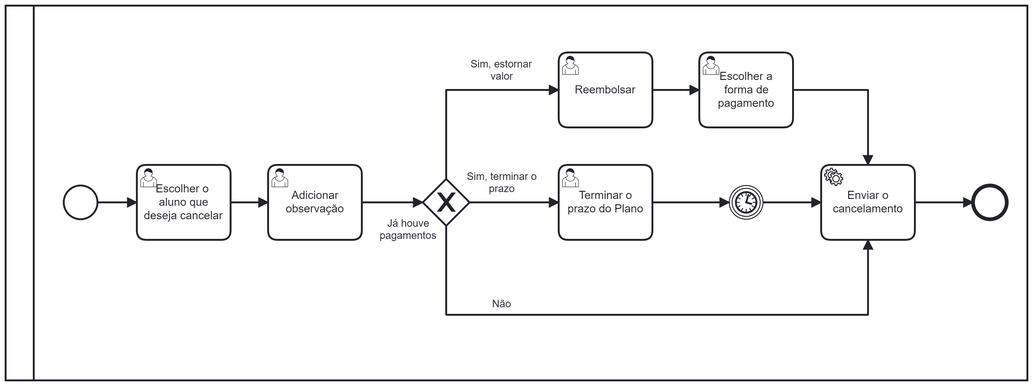
Above: assets/processos/Cancelamento do plano com aluno.png in friche11/Academia-TIS-2 (BPMN), before the change. Its source is kept beside it as assets/processos/Cancelamento do plano com aluno.bpmn. Ids are renumbered.
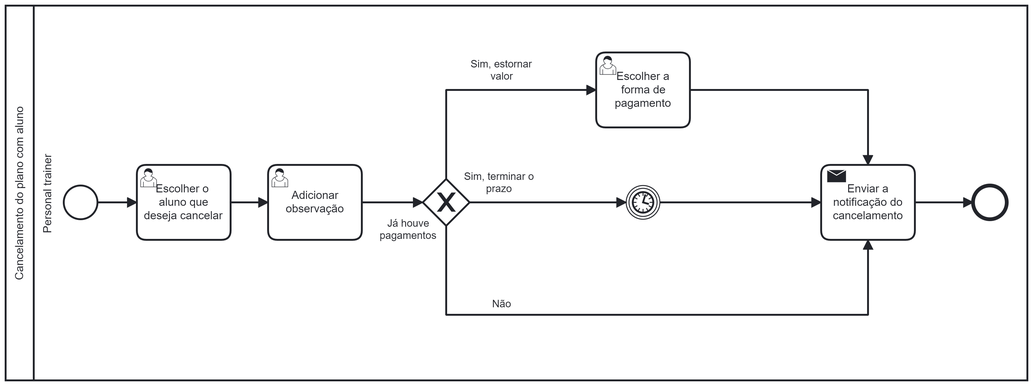
After the change.

Diff of the diagram source:
```diff
@@ -1,8 +1,20 @@
 <bpmn:definitions xmlns:bpmn="http://www.omg.org/spec/BPMN/20100524/MODEL" xmlns:bpmndi="http://www.omg.org/spec/BPMN/20100524/DI" xmlns:dc="http://www.omg.org/spec/DD/20100524/DC" xmlns:di="http://www.omg.org/spec/DD/20100524/DI" xmlns:modeler="http://camunda.org/schema/modeler/1.0" id="Definitions_n1" targetNamespace="http://bpmn.io/schema/bpmn" exporter="Camunda Modeler" exporterVersion="5.3.0" modeler:executionPlatform="Camunda Platform" modeler:executionPlatformVersion="7.17.0">
   <bpmn:collaboration id="Collaboration_n2">
-    <bpmn:participant id="Participant_n3" processRef="Process_n4" />
+    <bpmn:participant id="Participant_n3" name="Cancelamento do plano com aluno" processRef="Process_n4" />
   </bpmn:collaboration>
   <bpmn:process id="Process_n4" isExecutable="true">
+    <bpmn:laneSet id="LaneSet_n26">
+      <bpmn:lane id="Lane_n27" name="Personal trainer">
+        <bpmn:flowNodeRef>StartEvent_1</bpmn:flowNodeRef>
+        <bpmn:flowNodeRef>Event_n6</bpmn:flowNodeRef>
+        <bpmn:flowNodeRef>Activity_n8</bpmn:flowNodeRef>
+        <bpmn:flowNodeRef>Gateway_n17</bpmn:flowNodeRef>
+        <bpmn:flowNodeRef>Activity_n22</bpmn:flowNodeRef>
+        <bpmn:flowNodeRef>Activity_n10</bpmn:flowNodeRef>
+        <bpmn:flowNodeRef>Activity_n25</bpmn:flowNodeRef>
+        <bpmn:flowNodeRef>Event_n14</bpmn:flowNodeRef>
+      </bpmn:lane>
+    </bpmn:laneSet>
     <bpmn:startEvent id="StartEvent_1">
       <bpmn:outgoing>Flow_n5</bpmn:outgoing>
     </bpmn:startEvent>
@@ -13,38 +25,15 @@
       <bpmn:incoming>Flow_n5</bpmn:incoming>
       <bpmn:outgoing>Flow_n9</bpmn:outgoing>
     </bpmn:userTask>
-    <bpmn:serviceTask id="Activity_n10" name="Enviar o cancelamento">
-      <bpmn:incoming>Flow_n11</bpmn:incoming>
-      <bpmn:incoming>Flow_n12</bpmn:incoming>
-      <bpmn:incoming>Flow_n13</bpmn:incoming>
-      <bpmn:outgoing>Flow_n7</bpmn:outgoing>
-    </bpmn:serviceTask>
-    <bpmn:intermediateCatchEvent id="Event_n14">
-      <bpmn:incoming>Flow_n15</bpmn:incoming>
-      <bpmn:outgoing>Flow_n13</bpmn:outgoing>
-      <bpmn:timerEventDefinition id="TimerEventDefinition_n16" />
-    </bpmn:intermediateCatchEvent>
     <bpmn:exclusiveGateway id="Gateway_n17" name="Já houve pagamentos">
       <bpmn:incoming>Flow_n18</bpmn:incoming>
       <bpmn:outgoing>Flow_n11</bpmn:outgoing>
       <bpmn:outgoing>Flow_n19</bpmn:outgoing>
       <bpmn:outgoing>Flow_n20</bpmn:outgoing>
     </bpmn:exclusiveGateway>
-    <bpmn:userTask id="Activity_n21" name="Terminar o prazo do Plano">
-      <bpmn:incoming>Flow_n19</bpmn:incoming>
-      <bpmn:outgoing>Flow_n15</bpmn:outgoing>
-    </bpmn:userTask>
     <bpmn:userTask id="Activity_n22" name="Adicionar observação">
       <bpmn:incoming>Flow_n9</bpmn:incoming>
       <bpmn:outgoing>Flow_n18</bpmn:outgoing>
-    </bpmn:userTask>
-    <bpmn:userTask id="Activity_n23" name="Reembolsar">
-      <bpmn:incoming>Flow_n20</bpmn:incoming>
-      <bpmn:outgoing>Flow_n24</bpmn:outgoing>
-    </bpmn:userTask>
-    <bpmn:userTask id="Activity_n25" name="Escolher a forma de pagamento">
-      <bpmn:incoming>Flow_n24</bpmn:incoming>
-      <bpmn:outgoing>Flow_n12</bpmn:outgoing>
     </bpmn:userTask>
     <bpmn:sequenceFlow id="Flow_n5" sourceRef="StartEvent_1" targetRef="Activity_n8" />
     <bpmn:sequenceFlow id="Flow_n7" sourceRef="Activity_n10" targetRef="Event_n6" />
@@ -52,16 +41,34 @@
     <bpmn:sequenceFlow id="Flow_n11" name="Não" sourceRef="Gateway_n17" targetRef="Activity_n10" />
     <bpmn:sequenceFlow id="Flow_n12" sourceRef="Activity_n25" targetRef="Activity_n10" />
     <bpmn:sequenceFlow id="Flow_n13" sourceRef="Event_n14" targetRef="Activity_n10" />
-    <bpmn:sequenceFlow id="Flow_n15" sourceRef="Activity_n21" targetRef="Event_n14" />
     <bpmn:sequenceFlow id="Flow_n18" sourceRef="Activity_n22" targetRef="Gateway_n17" />
-    <bpmn:sequenceFlow id="Flow_n19" name="Sim, terminar o prazo" sourceRef="Gateway_n17" targetRef="Activity_n21" />
-    <bpmn:sequenceFlow id="Flow_n20" name="Sim, estornar valor" sourceRef="Gateway_n17" targetRef="Activity_n23" />
-    <bpmn:sequenceFlow id="Flow_n24" sourceRef="Activity_n23" targetRef="Activity_n25" />
+    <bpmn:sequenceFlow id="Flow_n19" name="Sim, terminar o prazo" sourceRef="Gateway_n17" targetRef="Event_n14" />
+    <bpmn:sequenceFlow id="Flow_n20" name="Sim, estornar valor" sourceRef="Gateway_n17" targetRef="Activity_n25" />
+    <bpmn:sendTask id="Activity_n10" name="Enviar a notificação do cancelamento">
+      <bpmn:incoming>Flow_n11</bpmn:incoming>
+      <bpmn:incoming>Flow_n12</bpmn:incoming>
+      <bpmn:incoming>Flow_n13</bpmn:incoming>
+      <bpmn:outgoing>Flow_n7</bpmn:outgoing>
+    </bpmn:sendTask>
+    <bpmn:userTask id="Activity_n25" name="Escolher a forma de pagamento">
+      <bpmn:incoming>Flow_n20</bpmn:incoming>
+      <bpmn:outgoing>Flow_n12</bpmn:outgoing>
+    </bpmn:userTask>
+    <bpmn:intermediateCatchEvent id="Event_n14">
+      <bpmn:incoming>Flow_n19</bpmn:incoming>
+      <bpmn:outgoing>Flow_n13</bpmn:outgoing>
+      <bpmn:timerEventDefinition id="TimerEventDefinition_n16" />
+    </bpmn:intermediateCatchEvent>
   </bpmn:process>
   <bpmndi:BPMNDiagram id="BPMNDiagram_1">
     <bpmndi:BPMNPlane id="BPMNPlane_1" bpmnElement="Collaboration_n2">
       <bpmndi:BPMNShape id="Participant_n3_di" bpmnElement="Participant_n3" isHorizontal="true">
         <dc:Bounds x="160" y="90" width="1090" height="400" />
+        <bpmndi:BPMNLabel />
+      </bpmndi:BPMNShape>
+      <bpmndi:BPMNShape id="Lane_n27_di" bpmnElement="Lane_n27" isHorizontal="true">
+        <dc:Bounds x="190" y="90" width="1060" height="400" />
+        <bpmndi:BPMNLabel />
       </bpmndi:BPMNShape>
       <bpmndi:BPMNShape id="_BPMNShape_StartEvent_2" bpmnElement="StartEvent_1">
         <dc:Bounds x="222" y="282" width="36" height="36" />
@@ -73,46 +80,37 @@
         <dc:Bounds x="300" y="260" width="100" height="80" />
         <bpmndi:BPMNLabel />
       </bpmndi:BPMNShape>
-      <bpmndi:BPMNShape id="Activity_17buvbr_di" bpmnElement="Activity_n10">
-        <dc:Bounds x="1030" y="260" width="100" height="80" />
-        <bpmndi:BPMNLabel />
-      </bpmndi:BPMNShape>
-      <bpmndi:BPMNShape id="Event_1iw0oas_di" bpmnElement="Event_n14">
-        <dc:Bounds x="932" y="282" width="36" height="36" />
-      </bpmndi:BPMNShape>
       <bpmndi:BPMNShape id="Gateway_n17_di" bpmnElement="Gateway_n17" isMarkerVisible="true">
         <dc:Bounds x="605" y="275" width="50" height="50" />
         <bpmndi:BPMNLabel>
           <dc:Bounds x="559" y="316" width="62" height="27" />
         </bpmndi:BPMNLabel>
       </bpmndi:BPMNShape>
-      <bpmndi:BPMNShape id="Activity_0xw8bhn_di" bpmnElement="Activity_n21">
-        <dc:Bounds x="750" y="260" width="100" height="80" />
-        <bpmndi:BPMNLabel />
-      </bpmndi:BPMNShape>
       <bpmndi:BPMNShape id="Activity_1u4jmgl_di" bpmnElement="Activity_n22">
         <dc:Bounds x="440" y="260" width="100" height="80" />
         <bpmndi:BPMNLabel />
       </bpmndi:BPMNShape>
-      <bpmndi:BPMNShape id="Activity_05rl3iz_di" bpmnElement="Activity_n23">
-        <dc:Bounds x="750" y="140" width="100" height="80" />
+      <bpmndi:BPMNShape id="Activity_11uayw1_di" bpmnElement="Activity_n10">
+        <dc:Bounds x="1030" y="260" width="100" height="80" />
+      </bpmndi:BPMNShape>
+      <bpmndi:BPMNShape id="Activity_1n230q4_di" bpmnElement="Activity_n25">
+        <dc:Bounds x="790" y="140" width="100" height="80" />
         <bpmndi:BPMNLabel />
       </bpmndi:BPMNShape>
-      <bpmndi:BPMNShape id="Activity_1n230q4_di" bpmnElement="Activity_n25">
-        <dc:Bounds x="900" y="140" width="100" height="80" />
-        <bpmndi:BPMNLabel />
+      <bpmndi:BPMNShape id="Event_1iw0oas_di" bpmnElement="Event_n14">
+        <dc:Bounds x="822" y="282" width="36" height="36" />
       </bpmndi:BPMNShape>
       <bpmndi:BPMNEdge id="Flow_n5_di" bpmnElement="Flow_n5">
         <di:waypoint x="258" y="300" />
         <di:waypoint x="300" y="300" />
       </bpmndi:BPMNEdge>
+      <bpmndi:BPMNEdge id="Flow_n7_di" bpmnElement="Flow_n7">
+        <di:waypoint x="1130" y="300" />
+        <di:waypoint x="1192" y="300" />
+      </bpmndi:BPMNEdge>
       <bpmndi:BPMNEdge id="Flow_n9_di" bpmnElement="Flow_n9">
         <di:waypoint x="400" y="300" />
         <di:waypoint x="440" y="300" />
-      </bpmndi:BPMNEdge>
-      <bpmndi:BPMNEdge id="Flow_n18_di" bpmnElement="Flow_n18">
-        <di:waypoint x="540" y="300" />
-        <di:waypoint x="605" y="300" />
       </bpmndi:BPMNEdge>
       <bpmndi:BPMNEdge id="Flow_n11_di" bpmnElement="Flow_n11">
         <di:waypoint x="630" y="325" />
@@ -123,38 +121,30 @@
           <dc:Bounds x="679" y="402" width="21" height="14" />
         </bpmndi:BPMNLabel>
       </bpmndi:BPMNEdge>
-      <bpmndi:BPMNEdge id="Flow_n24_di" bpmnElement="Flow_n24">
-        <di:waypoint x="850" y="180" />
-        <di:waypoint x="900" y="180" />
-      </bpmndi:BPMNEdge>
       <bpmndi:BPMNEdge id="Flow_n12_di" bpmnElement="Flow_n12">
-        <di:waypoint x="1000" y="180" />
+        <di:waypoint x="890" y="180" />
         <di:waypoint x="1080" y="180" />
         <di:waypoint x="1080" y="260" />
       </bpmndi:BPMNEdge>
-      <bpmndi:BPMNEdge id="Flow_n7_di" bpmnElement="Flow_n7">
-        <di:waypoint x="1130" y="300" />
-        <di:waypoint x="1192" y="300" />
+      <bpmndi:BPMNEdge id="Flow_n13_di" bpmnElement="Flow_n13">
+        <di:waypoint x="858" y="300" />
+        <di:waypoint x="1030" y="300" />
       </bpmndi:BPMNEdge>
-      <bpmndi:BPMNEdge id="Flow_n15_di" bpmnElement="Flow_n15">
-        <di:waypoint x="850" y="300" />
-        <di:waypoint x="932" y="300" />
-      </bpmndi:BPMNEdge>
-      <bpmndi:BPMNEdge id="Flow_n13_di" bpmnElement="Flow_n13">
-        <di:waypoint x="968" y="300" />
-        <di:waypoint x="1030" y="300" />
+      <bpmndi:BPMNEdge id="Flow_n18_di" bpmnElement="Flow_n18">
+        <di:waypoint x="540" y="300" />
+        <di:waypoint x="605" y="300" />
       </bpmndi:BPMNEdge>
       <bpmndi:BPMNEdge id="Flow_n19_di" bpmnElement="Flow_n19">
         <di:waypoint x="655" y="300" />
-        <di:waypoint x="750" y="300" />
+        <di:waypoint x="822" y="300" />
         <bpmndi:BPMNLabel>
-          <dc:Bounds x="652" y="266" width="75" height="27" />
+          <dc:Bounds x="649" y="266" width="75" height="27" />
         </bpmndi:BPMNLabel>
       </bpmndi:BPMNEdge>
       <bpmndi:BPMNEdge id="Flow_n20_di" bpmnElement="Flow_n20">
         <di:waypoint x="630" y="275" />
         <di:waypoint x="630" y="180" />
-        <di:waypoint x="750" y="180" />
+        <di:waypoint x="790" y="180" />
         <bpmndi:BPMNLabel>
           <dc:Bounds x="656" y="146" width="67" height="27" />
         </bpmndi:BPMNLabel>
```
